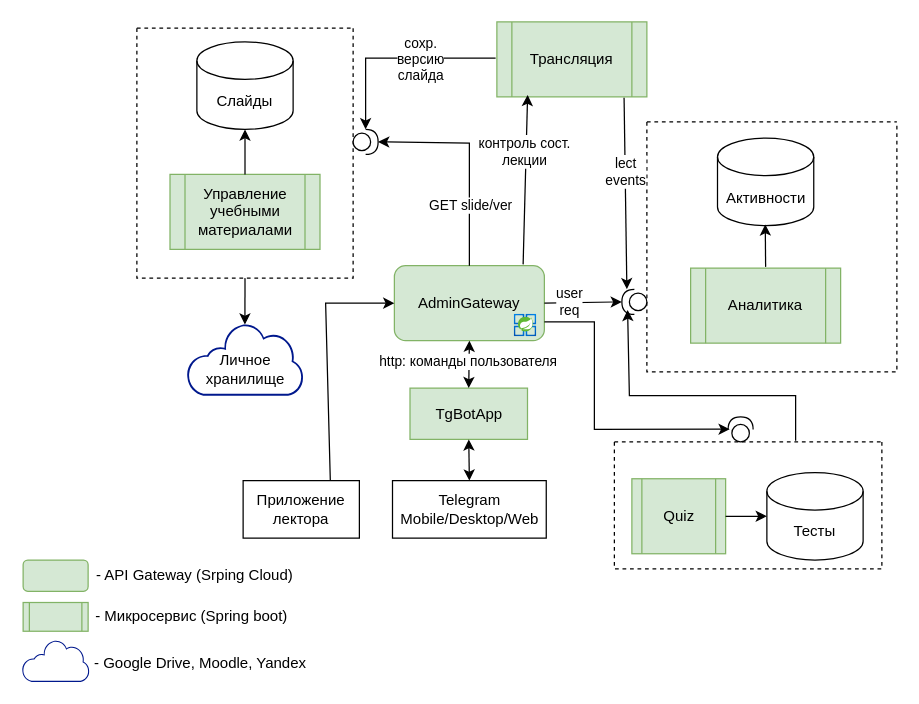
Before: Архитектура.drawio in Misha41RuSs/lecturer-assistant, a draw.io diagram. Source tidied: cells renumbered, new cells numbered last; positions are measured from the earlier drawing's top-left corner, leaving out a move shared by most shapes. Both pictures are drawn from the tidied source at 125%, with x=0, y=0 at pixel (21, 21).
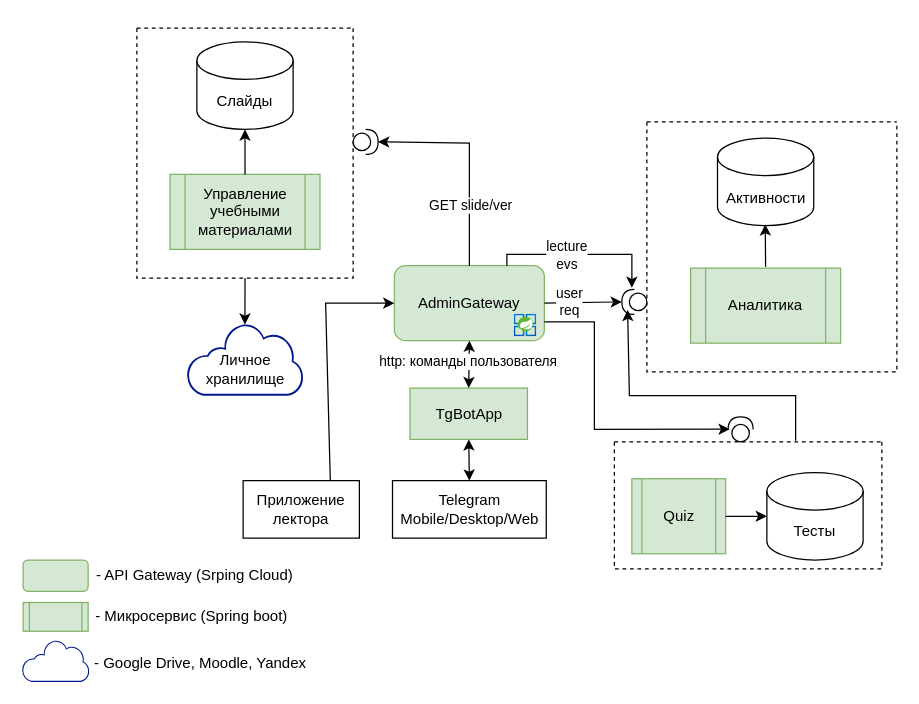
The same page after the edit.

Unchanged cells that the change refers to:
```xml
<mxCell id="5" value="AdminGateway" style="rounded=1;whiteSpace=wrap;html=1;fillColor=#d5e8d4;strokeColor=#82b366;" parent="1" vertex="1">
  <mxGeometry x="298" y="195" width="120" height="60" as="geometry" />
</mxCell>
<mxCell id="20" style="shape=providedRequiredInterface;html=1;verticalLabelPosition=bottom;sketch=0;" parent="1" vertex="1">
  <mxGeometry x="265" y="86" width="20" height="20" as="geometry" />
</mxCell>
<mxCell id="30" style="shape=providedRequiredInterface;html=1;verticalLabelPosition=bottom;sketch=0;rotation=-180;" parent="1" vertex="1">
  <mxGeometry x="480" y="214" width="20" height="20" as="geometry" />
</mxCell>
```

What changed in the source:
```diff
@@
-    <mxCell id="9" value="Трансляция" style="shape=process;whiteSpace=wrap;html=1;backgroundOutline=1;fillColor=#d5e8d4;strokeColor=#82b366;" parent="1" vertex="1">
-      <mxGeometry x="380" width="120" height="60" as="geometry" />
-    </mxCell>
@@
-    <mxCell id="35" style="endArrow=classic;html=1;rounded=0;entryX=0.205;entryY=0.974;entryDx=0;entryDy=0;entryPerimeter=0;" parent="1" edge="1" target="9">
-      <mxGeometry relative="1" as="geometry">
-        <mxPoint x="401" y="194" as="sourcePoint" />
-      </mxGeometry>
-    </mxCell>
-    <mxCell id="36" value="контроль сост.&lt;div&gt;лекции&lt;/div&gt;" style="edgeLabel;html=1;align=center;verticalAlign=middle;" parent="35" vertex="1">
-      <mxGeometry x="0.32" y="2" relative="1" as="geometry" />
-    </mxCell>
-    <mxCell id="37" style="endArrow=classic;html=1;rounded=0;" parent="1" edge="1" target="20">
-      <mxGeometry relative="1" as="geometry">
-        <mxPoint x="379" y="29" as="sourcePoint" />
-        <Array as="points">
-          <mxPoint x="275" y="29" />
-        </Array>
-      </mxGeometry>
-    </mxCell>
-    <mxCell id="38" value="сохр.&lt;div&gt;версию&lt;/div&gt;&lt;div&gt;слайда&lt;/div&gt;" style="edgeLabel;html=1;align=center;verticalAlign=middle;" parent="37" vertex="1">
-      <mxGeometry x="-0.24" relative="1" as="geometry" />
-    </mxCell>
-    <mxCell id="39" style="endArrow=classic;html=1;rounded=0;exitX=0.848;exitY=1.012;exitDx=0;exitDy=0;exitPerimeter=0;entryX=0.8;entryY=1.007;entryDx=0;entryDy=0;entryPerimeter=0;" parent="1" edge="1" source="9" target="30">
-      <mxGeometry relative="1" as="geometry" />
-    </mxCell>
-    <mxCell id="40" value="lect&lt;div&gt;events&lt;/div&gt;" style="edgeLabel;html=1;align=center;verticalAlign=middle;" parent="39" vertex="1">
-      <mxGeometry x="-0.23" relative="1" as="geometry" />
-    </mxCell>
@@
+    <mxCell id="48" style="endArrow=classic;html=1;rounded=0;entryX=0.6;entryY=1.064;entryDx=0;entryDy=0;entryPerimeter=0;exitX=0.75;exitY=0;exitDx=0;exitDy=0;" parent="1" edge="1" source="5" target="30">
+      <mxGeometry relative="1" as="geometry">
+        <Array as="points">
+          <mxPoint x="388" y="186" />
+          <mxPoint x="488" y="186" />
+        </Array>
+      </mxGeometry>
+    </mxCell>
+    <mxCell id="49" value="lecture&lt;div&gt;evs&lt;/div&gt;" style="edgeLabel;html=1;align=center;verticalAlign=middle;" parent="48" vertex="1">
+      <mxGeometry x="-0.17" relative="1" as="geometry" />
+    </mxCell>
```
